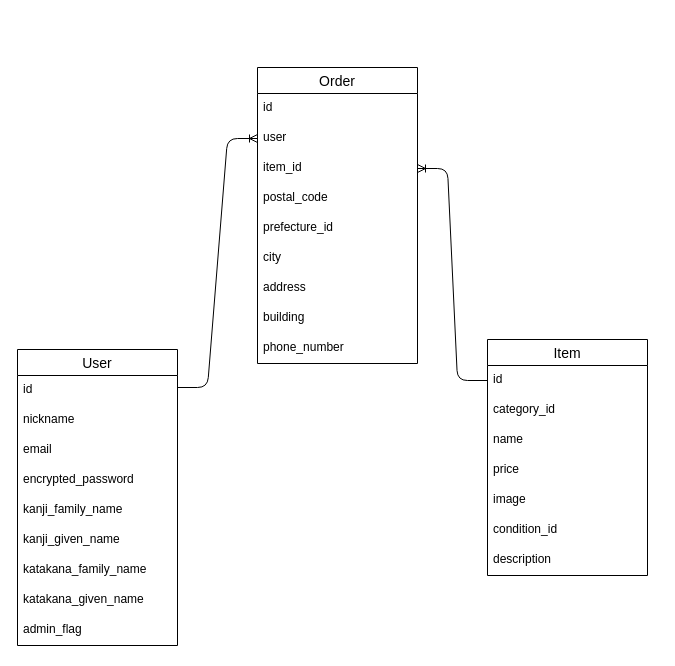
Earlier version of the draw.io diagram db.dio (imai-lbz/demoec-laiblitz-a). Source tidied: cells renumbered, new cells numbered last; positions are measured from the earlier drawing's top-left corner, leaving out a move shared by most shapes. Both pictures are drawn from the tidied source at 100%, with x=0, y=0 at pixel (17, 67).
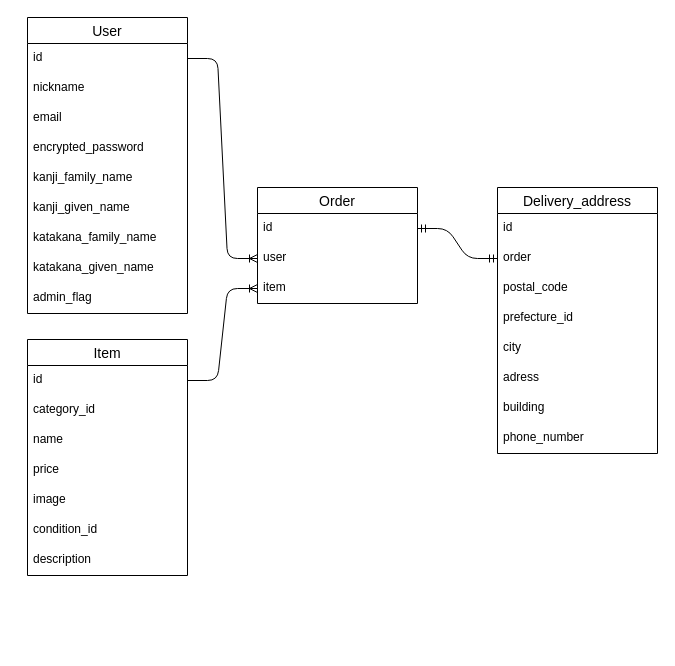
After the change.

Commit message:
Refactor: ER図の配送先情報を別テーブルに分離（レビュー対応）

Unchanged cells that the change refers to:
```xml
<mxCell id="3" value="id" style="text;strokeColor=none;fillColor=none;spacingLeft=4;spacingRight=4;overflow=hidden;points=[[0,0.5],[1,0.5]];portConstraint=eastwest;fontSize=12;whiteSpace=wrap;html=1;" parent="2" vertex="1">
  <mxGeometry y="26" width="160" height="30" as="geometry" />
</mxCell>
<mxCell id="13" value="id" style="text;strokeColor=none;fillColor=none;spacingLeft=4;spacingRight=4;overflow=hidden;points=[[0,0.5],[1,0.5]];portConstraint=eastwest;fontSize=12;whiteSpace=wrap;html=1;" parent="12" vertex="1">
  <mxGeometry y="26" width="160" height="30" as="geometry" />
</mxCell>
<mxCell id="21" value="id" style="text;strokeColor=none;fillColor=none;spacingLeft=4;spacingRight=4;overflow=hidden;points=[[0,0.5],[1,0.5]];portConstraint=eastwest;fontSize=12;whiteSpace=wrap;html=1;" parent="20" vertex="1">
  <mxGeometry y="26" width="160" height="30" as="geometry" />
</mxCell>
<mxCell id="22" value="user" style="text;strokeColor=none;fillColor=none;spacingLeft=4;spacingRight=4;overflow=hidden;points=[[0,0.5],[1,0.5]];portConstraint=eastwest;fontSize=12;whiteSpace=wrap;html=1;" parent="20" vertex="1">
  <mxGeometry y="56" width="160" height="30" as="geometry" />
</mxCell>
```

What changed in the source:
```diff
@@
     <mxCell id="2" value="User" style="swimlane;fontStyle=0;horizontal=1;startSize=26;align=center;fontSize=14;" parent="1" vertex="1">
-      <mxGeometry y="282" width="160" height="296" as="geometry" />
+      <mxGeometry x="10" y="-50" width="160" height="296" as="geometry" />
     </mxCell>
@@
     <mxCell id="12" value="Item" style="swimlane;fontStyle=0;horizontal=1;startSize=26;align=center;fontSize=14;" parent="1" vertex="1">
-      <mxGeometry x="470" y="272" width="160" height="236" as="geometry" />
+      <mxGeometry x="10" y="272" width="160" height="236" as="geometry" />
     </mxCell>
@@
     <mxCell id="20" value="Order" style="swimlane;fontStyle=0;horizontal=1;startSize=26;align=center;fontSize=14;" parent="1" vertex="1">
-      <mxGeometry x="240" width="160" height="296" as="geometry" />
+      <mxGeometry x="240" y="120" width="160" height="116" as="geometry" />
     </mxCell>
@@
-    <mxCell id="23" value="item_id" style="text;strokeColor=none;fillColor=none;spacingLeft=4;spacingRight=4;overflow=hidden;points=[[0,0.5],[1,0.5]];portConstraint=eastwest;fontSize=12;whiteSpace=wrap;html=1;" parent="20" vertex="1">
+    <mxCell id="23" value="item" style="text;strokeColor=none;fillColor=none;spacingLeft=4;spacingRight=4;overflow=hidden;points=[[0,0.5],[1,0.5]];portConstraint=eastwest;fontSize=12;whiteSpace=wrap;html=1;" parent="20" vertex="1">
       <mxGeometry y="86" width="160" height="30" as="geometry" />
     </mxCell>
+    <mxCell id="30" style="edgeStyle=entityRelationEdgeStyle;fontSize=12;html=1;endArrow=ERoneToMany;entryX=0;entryY=0.5;entryDx=0;entryDy=0;" parent="1" edge="1" source="3" target="22">
+      <mxGeometry relative="1" as="geometry" />
+    </mxCell>
+    <mxCell id="31" style="edgeStyle=entityRelationEdgeStyle;fontSize=12;html=1;endArrow=ERoneToMany;entryX=0;entryY=0.5;entryDx=0;entryDy=0;exitX=1;exitY=0.5;exitDx=0;exitDy=0;" parent="1" edge="1" source="13" target="23">
+      <mxGeometry relative="1" as="geometry">
+        <Array as="points">
+          <mxPoint x="290" y="228" />
+        </Array>
+      </mxGeometry>
+    </mxCell>
+    <mxCell id="32" value="Delivery_address" style="swimlane;fontStyle=0;horizontal=1;startSize=26;align=center;fontSize=14;" parent="1" vertex="1">
+      <mxGeometry x="480" y="120" width="160" height="266" as="geometry" />
+    </mxCell>
+    <mxCell id="33" value="id" style="text;strokeColor=none;fillColor=none;spacingLeft=4;spacingRight=4;overflow=hidden;fontSize=12;whiteSpace=wrap;html=1;" parent="32" vertex="1">
+      <mxGeometry y="26" width="160" height="30" as="geometry" />
+    </mxCell>
+    <mxCell id="34" value="order" style="text;strokeColor=none;fillColor=none;spacingLeft=4;spacingRight=4;overflow=hidden;points=[[0,0.5],[1,0.5]];portConstraint=eastwest;fontSize=12;whiteSpace=wrap;html=1;" parent="32" vertex="1">
+      <mxGeometry y="56" width="160" height="30" as="geometry" />
+    </mxCell>
-    <mxCell id="24" value="postal_code" style="text;strokeColor=none;fillColor=none;spacingLeft=4;spacingRight=4;overflow=hidden;fontSize=12;whiteSpace=wrap;html=1;" parent="20" vertex="1">
-      <mxGeometry y="116" width="160" height="30" as="geometry" />
+    <mxCell id="24" value="postal_code" style="text;strokeColor=none;fillColor=none;spacingLeft=4;spacingRight=4;overflow=hidden;fontSize=12;whiteSpace=wrap;html=1;" parent="32" vertex="1">
+      <mxGeometry y="86" width="160" height="30" as="geometry" />
     </mxCell>
-    <mxCell id="25" value="prefecture_id" style="text;strokeColor=none;fillColor=none;spacingLeft=4;spacingRight=4;overflow=hidden;fontSize=12;whiteSpace=wrap;html=1;" parent="20" vertex="1">
-      <mxGeometry y="146" width="160" height="30" as="geometry" />
+    <mxCell id="25" value="prefecture_id" style="text;strokeColor=none;fillColor=none;spacingLeft=4;spacingRight=4;overflow=hidden;fontSize=12;whiteSpace=wrap;html=1;" parent="32" vertex="1">
+      <mxGeometry y="116" width="160" height="30" as="geometry" />
     </mxCell>
-    <mxCell id="26" value="city" style="text;strokeColor=none;fillColor=none;spacingLeft=4;spacingRight=4;overflow=hidden;fontSize=12;whiteSpace=wrap;html=1;" parent="20" vertex="1">
-      <mxGeometry y="176" width="160" height="30" as="geometry" />
+    <mxCell id="26" value="city" style="text;strokeColor=none;fillColor=none;spacingLeft=4;spacingRight=4;overflow=hidden;fontSize=12;whiteSpace=wrap;html=1;" parent="32" vertex="1">
+      <mxGeometry y="146" width="160" height="30" as="geometry" />
     </mxCell>
-    <mxCell id="27" value="address" style="text;strokeColor=none;fillColor=none;spacingLeft=4;spacingRight=4;overflow=hidden;fontSize=12;whiteSpace=wrap;html=1;" parent="20" vertex="1">
-      <mxGeometry y="206" width="160" height="30" as="geometry" />
-    </mxCell>
+    <mxCell id="35" value="adress" style="text;strokeColor=none;fillColor=none;spacingLeft=4;spacingRight=4;overflow=hidden;fontSize=12;whiteSpace=wrap;html=1;" parent="32" vertex="1">
+      <mxGeometry y="176" width="160" height="30" as="geometry" />
+    </mxCell>
-    <mxCell id="28" value="building" style="text;strokeColor=none;fillColor=none;spacingLeft=4;spacingRight=4;overflow=hidden;fontSize=12;whiteSpace=wrap;html=1;" parent="20" vertex="1">
-      <mxGeometry y="236" width="160" height="30" as="geometry" />
+    <mxCell id="28" value="building" style="text;strokeColor=none;fillColor=none;spacingLeft=4;spacingRight=4;overflow=hidden;fontSize=12;whiteSpace=wrap;html=1;" parent="32" vertex="1">
+      <mxGeometry y="206" width="160" height="30" as="geometry" />
     </mxCell>
-    <mxCell id="29" value="phone_number" style="text;strokeColor=none;fillColor=none;spacingLeft=4;spacingRight=4;overflow=hidden;fontSize=12;whiteSpace=wrap;html=1;" parent="20" vertex="1">
-      <mxGeometry y="266" width="160" height="30" as="geometry" />
+    <mxCell id="29" value="phone_number" style="text;strokeColor=none;fillColor=none;spacingLeft=4;spacingRight=4;overflow=hidden;fontSize=12;whiteSpace=wrap;html=1;" parent="32" vertex="1">
+      <mxGeometry y="236" width="160" height="30" as="geometry" />
     </mxCell>
-    <mxCell id="30" style="edgeStyle=entityRelationEdgeStyle;fontSize=12;html=1;endArrow=ERoneToMany;entryX=0;entryY=0.5;entryDx=0;entryDy=0;" parent="1" edge="1" target="22">
-      <mxGeometry relative="1" as="geometry">
-        <mxPoint x="160" y="320" as="sourcePoint" />
-      </mxGeometry>
-    </mxCell>
-    <mxCell id="31" style="edgeStyle=entityRelationEdgeStyle;fontSize=12;html=1;endArrow=ERoneToMany;entryX=1;entryY=0.5;entryDx=0;entryDy=0;exitX=0;exitY=0.5;exitDx=0;exitDy=0;" parent="1" edge="1" source="13" target="23">
-      <mxGeometry relative="1" as="geometry" />
-    </mxCell>
+    <mxCell id="36" style="edgeStyle=entityRelationEdgeStyle;fontSize=12;html=1;endArrow=ERmandOne;startArrow=ERmandOne;entryX=0;entryY=0.5;entryDx=0;entryDy=0;exitX=1;exitY=0.5;exitDx=0;exitDy=0;" parent="1" edge="1" source="21" target="34">
+      <mxGeometry relative="1" as="geometry" />
+    </mxCell>
```
